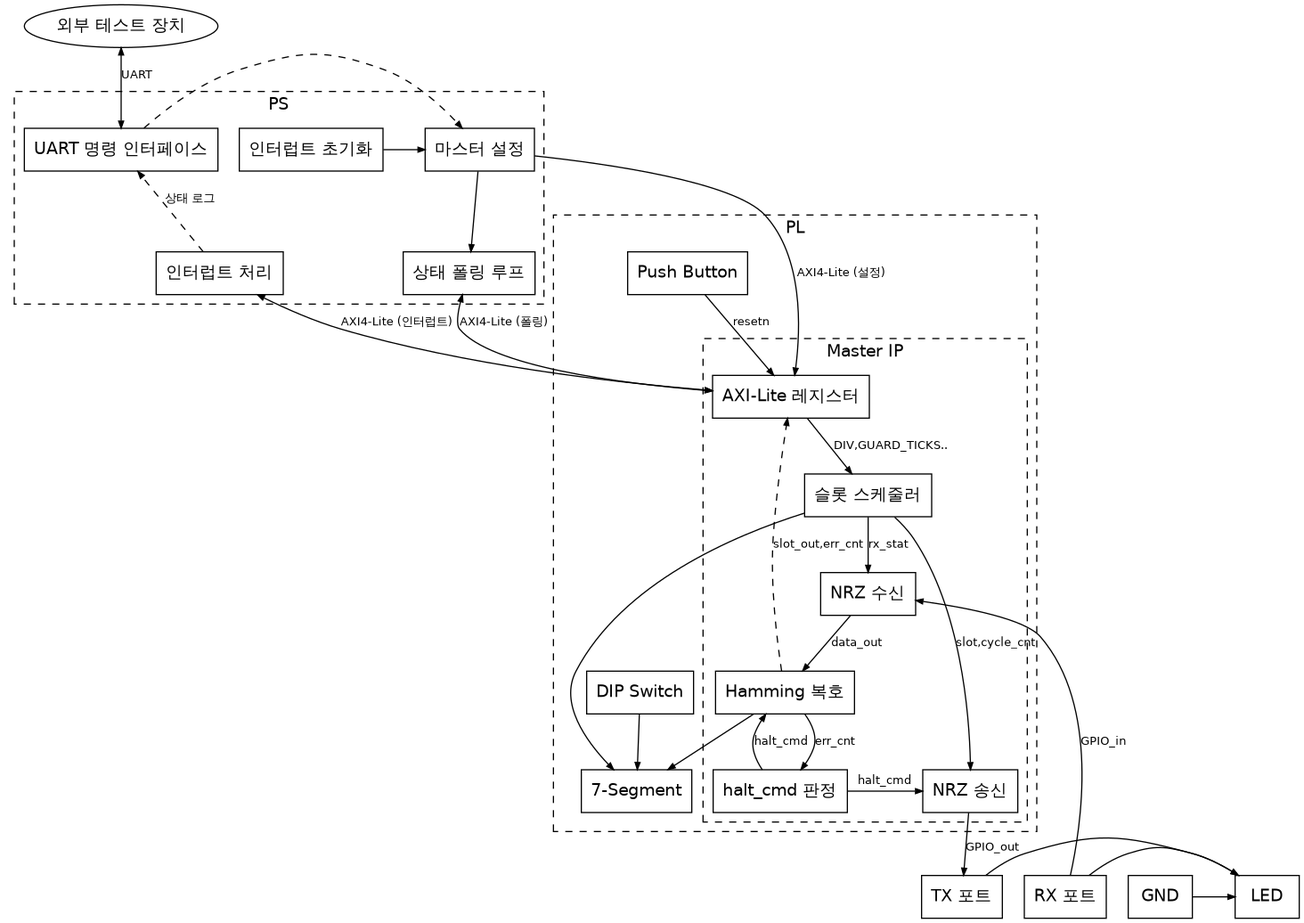
This is diagrams/full_stack.png from Woodong02/SoC_Design_and_Programming, a Graphviz export, as it was before one commit. Its source is kept beside it as diagrams/full_stack.dot.
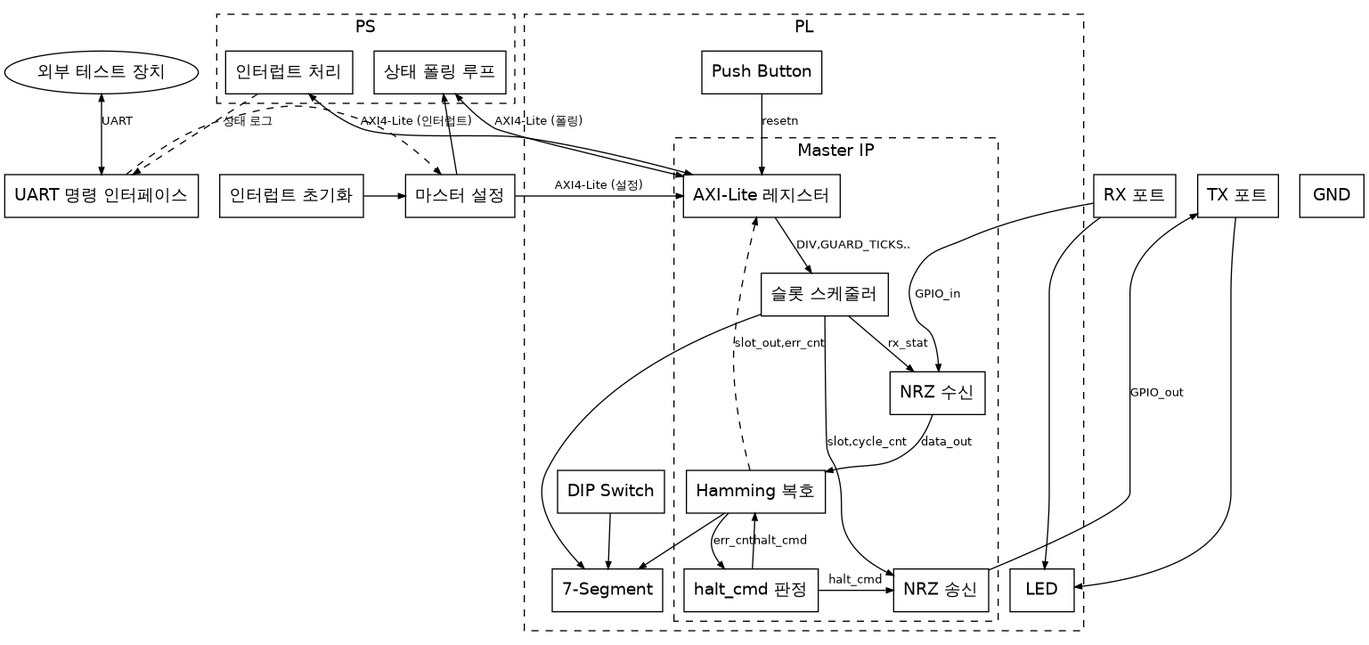
Later version of the same file.

Commit message:
Group TX/RX/GND into GPIO cluster, restore LED to PL, fix layout sprawl

GND/TX/RX 포트를 별도 GPIO 점선 블록으로 묶고 GND는 어떤 노드와도
연결하지 않음. LED는 PL 내부로 복귀. PS/GPIO를 PL과 같은 행에
배치해 대각선 방향 여백을 제거하고 직사각형으로 채워지도록 재배치.

Change to the diagram source:
```diff
@@ -5,9 +5,6 @@
     edge [fontname="Noto Sans CJK KR", fontsize=10, color=black, arrowsize=0.6];
 
     EXT [label="외부 테스트 장치", shape=ellipse];
-    GND [label="GND"];
-    TXP [label="TX 포트"];
-    RXP [label="RX 포트"];
 
     subgraph cluster_ps {
         label="PS";
@@ -29,6 +26,19 @@
         ISR  -> UARTCMD [style=dashed, label="상태 로그"];
     }
 
+    subgraph cluster_gpio {
+        label="GPIO";
+        style=dashed;
+        fontname="Noto Sans CJK KR";
+
+        GND [label="GND"];
+        TXP [label="TX 포트"];
+        RXP [label="RX 포트"];
+
+        { rank=same; GND; TXP; RXP; }
+    }
+
+    { rank=same; INIT; CFG; UARTCMD; GND; TXP; RXP; }
 
     subgraph cluster_pl {
         label="PL";
@@ -76,9 +86,6 @@
         PB   -> AXI [label="resetn"];
     }
 
-    { rank=same; GND; TXP; RXP; LED; }
-
-    GND -> LED;
     TXP -> LED;
     RXP -> LED;
     TX  -> TXP [label="GPIO_out"];
```
